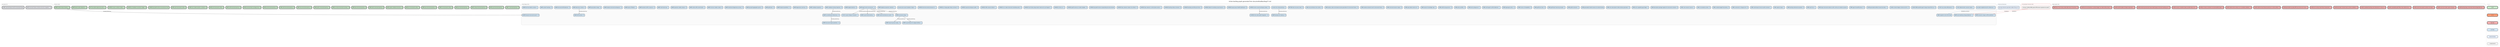
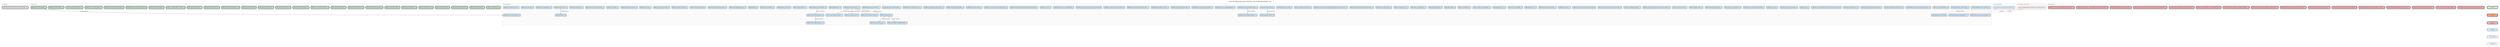
digraph backlog {
  rankdir=TB
  fontname="Helvetica"
  label="Active backlog graph generated from docs/method/backlog/*/*.md"
  labelloc=t
  fontsize=12
  node [shape=box style="rounded,filled" fontname="Helvetica" fontsize=8 margin="0.1,0.05" height=0.35]
  edge [color="#666666" arrowsize=0.5 fontname="Helvetica" fontsize=7]
  newrank=true
  ranksep=0.55
  nodesep=0.2

  subgraph cluster_up_next {
-     label="up-next (2)" labeljust=l fontsize=9 fontcolor="#555555"
+     label="up-next (1)" labeljust=l fontsize=9 fontcolor="#555555"
    style=rounded color="#cccccc" bgcolor="#fafafa"
    up_next_CORE_structural_history_schema_and_echo_migration [label="CORE-structural-history-schema-and-echo-migration - XL" fillcolor="#E5E7EB" penwidth=2]
-     up_next_CORE_unpinned_basis_kind_for_structural_history [label="CORE-unpinned-basis-kind-for-structural-history" fillcolor="#E5E7EB" penwidth=2]
  }

  subgraph cluster_v0_8_0 {
    label="v0.8.0 (26)" labeljust=l fontsize=9 fontcolor="#555555"
    style=rounded color="#cccccc" bgcolor="#fafafa"
    v0_8_0_CORE_c_structural_parsing [label="CORE-c-structural-parsing - M" fillcolor="#C8E6C9" penwidth=2]
    v0_8_0_CORE_cpp_structural_parsing [label="CORE-cpp-structural-parsing - L" fillcolor="#C8E6C9" penwidth=2]
    v0_8_0_CORE_csharp_structural_parsing [label="CORE-csharp-structural-parsing - M" fillcolor="#C8E6C9" penwidth=2]
    v0_8_0_CORE_go_structural_parsing [label="CORE-go-structural-parsing - S" fillcolor="#C8E6C9" penwidth=2]
    v0_8_0_CORE_hcl_structured_config [label="CORE-hcl-structured-config - M" fillcolor="#C8E6C9" penwidth=2]
    v0_8_0_CORE_java_structural_parsing [label="CORE-java-structural-parsing - M" fillcolor="#C8E6C9" penwidth=2]
    v0_8_0_CORE_json_structured_config [label="CORE-json-structured-config - S" fillcolor="#C8E6C9" penwidth=2]
    v0_8_0_CORE_jupyter_notebook_structure [label="CORE-jupyter-notebook-structure - M" fillcolor="#C8E6C9" penwidth=2]
    v0_8_0_CORE_kotlin_structural_parsing [label="CORE-kotlin-structural-parsing - M" fillcolor="#C8E6C9" penwidth=2]
    v0_8_0_CORE_php_structural_parsing [label="CORE-php-structural-parsing - M" fillcolor="#C8E6C9" penwidth=2]
    v0_8_0_CORE_pr_review_structural_summary [label="CORE-pr-review-structural-summary - M" fillcolor="#C8E6C9" penwidth=2]
    v0_8_0_CORE_python_structural_parsing [label="CORE-python-structural-parsing - S" fillcolor="#C8E6C9" penwidth=2]
    v0_8_0_CORE_ruby_structural_parsing [label="CORE-ruby-structural-parsing - M" fillcolor="#C8E6C9" penwidth=2]
    v0_8_0_CORE_shell_structural_parsing [label="CORE-shell-structural-parsing - M" fillcolor="#C8E6C9" penwidth=2]
    v0_8_0_CORE_sql_structural_parsing [label="CORE-sql-structural-parsing - M" fillcolor="#C8E6C9" penwidth=2]
    v0_8_0_CORE_structural_test_coverage_map [label="CORE-structural-test-coverage-map - M" fillcolor="#C8E6C9" penwidth=2]
    v0_8_0_CORE_swift_structural_parsing [label="CORE-swift-structural-parsing - M" fillcolor="#C8E6C9" penwidth=2]
    v0_8_0_CORE_toml_structured_config [label="CORE-toml-structured-config - S" fillcolor="#C8E6C9" penwidth=2]
    v0_8_0_CORE_tool_context_injection_contracts [label="CORE-tool-context-injection-contracts - M" fillcolor="#C8E6C9" penwidth=2]
    v0_8_0_CORE_yaml_structured_config [label="CORE-yaml-structured-config - M" fillcolor="#C8E6C9" penwidth=2]
    v0_8_0_SURFACE_git_graft_enhance_provenance_hints [label="SURFACE-git-graft-enhance-provenance-hints" fillcolor="#C8E6C9" penwidth=2]
    v0_8_0_SURFACE_pr_feedback_resolution_ledger [label="SURFACE-pr-feedback-resolution-ledger - M" fillcolor="#C8E6C9" penwidth=2]
    v0_8_0_SURFACE_review_cooldown_status [label="SURFACE-review-cooldown-status - S" fillcolor="#C8E6C9" penwidth=2]
    v0_8_0_TEST_bounded_subprocess_policy [label="TEST-bounded-subprocess-policy - S" fillcolor="#C8E6C9" penwidth=2]
    v0_8_0_WARP_dead_symbol_detection [label="WARP-dead-symbol-detection - S" fillcolor="#C8E6C9" penwidth=2]
    v0_8_0_WARP_symbol_history_timeline [label="WARP-symbol-history-timeline - S" fillcolor="#C8E6C9" penwidth=2]
  }

  subgraph cluster_bad_code {
    label="bad-code (16)" labeljust=l fontsize=9 fontcolor="#555555"
    style=rounded color="#cccccc" bgcolor="#fafafa"
    bad_code_CLEAN_backlog_dag_unresolved_internal_dependencies [label="CLEAN-backlog-dag-unresolved-internal-dependencies - S" fillcolor="#F6B3B3" penwidth=2]
    bad_code_CLEAN_canonical_codec_seams_diverge [label="CLEAN-canonical-codec-seams-diverge - M" fillcolor="#F6B3B3" penwidth=2]
    bad_code_CLEAN_code_show_parser_runtime_not_ready [label="CLEAN-code-show-parser-runtime-not-ready - S" fillcolor="#F6B3B3" penwidth=2]
    bad_code_CLEAN_coderabbit_path_filters_skip_method_docs [label="CLEAN-coderabbit-path-filters-skip-method-docs - S" fillcolor="#F6B3B3" penwidth=2]
    bad_code_CLEAN_completed_backlog_card_retirement_is_manual [label="CLEAN-completed-backlog-card-retirement-is-manual - M" fillcolor="#F6B3B3" penwidth=2]
    bad_code_CLEAN_descriptor_checker_lacks_schema_validation [label="CLEAN-descriptor-checker-lacks-schema-validation - M" fillcolor="#F6B3B3" penwidth=2]
    bad_code_CLEAN_echo_witness_test_fixture_duplication [label="CLEAN-echo-witness-test-fixture-duplication - S" fillcolor="#F6B3B3" penwidth=2]
    bad_code_CLEAN_generated_svg_dag_diff_noise_obscures_review [label="CLEAN-generated-svg-dag-diff-noise-obscures-review - S" fillcolor="#F6B3B3" penwidth=2]
    bad_code_CLEAN_method_close_timeout_produces_no_retro_artifact [label="CLEAN-method-close-timeout-produces-no-retro-artifact - M" fillcolor="#F6B3B3" penwidth=2]
    bad_code_CLEAN_method_retro_witness_can_overstate_validation [label="CLEAN-method-retro-witness-can-overstate-validation - M" fillcolor="#F6B3B3" penwidth=2]
    bad_code_CLEAN_pr_review_comments_not_actionability_typed [label="CLEAN-pr-review-comments-not-actionability-typed - M" fillcolor="#F6B3B3" penwidth=2]
    bad_code_CLEAN_receipt_cumulative_bytes_avoided_stays_zero [label="CLEAN-receipt-cumulative-bytes-avoided-stays-zero - S" fillcolor="#F6B3B3" penwidth=2]
    bad_code_CLEAN_remaining_structural_warp_reads_bypass_structural_reading_port [label="CLEAN-remaining-structural-warp-reads-bypass-structural-reading-port - M" fillcolor="#F6B3B3" penwidth=2]
    bad_code_CLEAN_sha256_stable_id_helper_duplication [label="CLEAN-sha256-stable-id-helper-duplication - S" fillcolor="#F6B3B3" penwidth=2]
    bad_code_CLEAN_technical_teardown_contract_ledger_can_stale_without_tests [label="CLEAN-technical-teardown-contract-ledger-can-stale-without-tests - M" fillcolor="#F6B3B3" penwidth=2]
    bad_code_WARP_bijou_local_history_stale_after_branch_transition [label="WARP-bijou-local-history-stale-after-branch-transition - M" fillcolor="#F6B3B3" penwidth=2]
  }

  subgraph cluster_cool_ideas {
    label="Cool Ideas (91)" labeljust=l fontsize=9 fontcolor="#555555"
    style=rounded color="#cccccc" bgcolor="#fafafa"
    cool_ideas_bounded_neighborhood_for_references [label="bounded-neighborhood-for-references - S" fillcolor="#D4E8F7" penwidth=1]
    cool_ideas_CI_001_causal_collapse_visualizer [label="CI-001-causal-collapse-visualizer - L" fillcolor="#D4E8F7" penwidth=1]
    cool_ideas_CI_002_deterministic_scenario_replay [label="CI-002-deterministic-scenario-replay - L" fillcolor="#D4E8F7" penwidth=1]
    cool_ideas_CI_003_mcp_native_diff_protocol [label="CI-003-mcp-native-diff-protocol - M" fillcolor="#D4E8F7" penwidth=1]
    cool_ideas_CLEAN_CODE_parallel_agent_merge_shared_file_loss [label="CLEAN-CODE-parallel-agent-merge-shared-file-loss - M" fillcolor="#D4E8F7" penwidth=1]
    cool_ideas_CLEAN_contract_ledger_schema_and_lint [label="CLEAN-contract-ledger-schema-and-lint - M" fillcolor="#D4E8F7" penwidth=1]
    cool_ideas_CLEAN_generated_artifact_review_boundary [label="CLEAN-generated-artifact-review-boundary - S" fillcolor="#D4E8F7" penwidth=1]
    cool_ideas_CORE_agent_handoff_protocol [label="CORE-agent-handoff-protocol - M" fillcolor="#D4E8F7" penwidth=1]
    cool_ideas_CORE_align_structural_evidence_with_continuum_evidence_posture [label="CORE-align-structural-evidence-with-continuum-evidence-posture" fillcolor="#D4E8F7" penwidth=1]
    cool_ideas_CORE_auto_focus [label="CORE-auto-focus - L" fillcolor="#D4E8F7" penwidth=1]
    cool_ideas_CORE_backlog_retirement_assistant [label="CORE-backlog-retirement-assistant - M" fillcolor="#D4E8F7" penwidth=1]
    cool_ideas_CORE_capture_range [label="CORE-capture-range - S" fillcolor="#D4E8F7" penwidth=1]
    cool_ideas_CORE_code_lawyer_local_pr_audit_command [label="CORE-code-lawyer-local-pr-audit-command - L" fillcolor="#D4E8F7" penwidth=1]
    cool_ideas_CORE_constructor_in_disguise_lint [label="CORE-constructor-in-disguise-lint - M" fillcolor="#D4E8F7" penwidth=1]
    cool_ideas_CORE_context_budget_forecasting [label="CORE-context-budget-forecasting - M" fillcolor="#D4E8F7" penwidth=1]
    cool_ideas_CORE_conversation_primer [label="CORE-conversation-primer - M" fillcolor="#D4E8F7" penwidth=1]
    cool_ideas_CORE_cross_session_resume [label="CORE-cross-session-resume - S" fillcolor="#D4E8F7" penwidth=1]
    cool_ideas_CORE_descriptor_package_registry_for_structural_contracts [label="CORE-descriptor-package-registry-for-structural-contracts - M" fillcolor="#D4E8F7" penwidth=1]
    cool_ideas_CORE_echo_capability_gap_ledger [label="CORE-echo-capability-gap-ledger - S" fillcolor="#D4E8F7" penwidth=1]
    cool_ideas_CORE_echo_descriptor_to_fake_witness_generator [label="CORE-echo-descriptor-to-fake-witness-generator - M" fillcolor="#D4E8F7" penwidth=1]
    cool_ideas_CORE_generated_model_reverse_id_content_binding [label="CORE-generated-model-reverse-id-content-binding" fillcolor="#D4E8F7" penwidth=1]
    cool_ideas_CORE_graft_as_teacher [label="CORE-graft-as-teacher - S" fillcolor="#D4E8F7" penwidth=1]
    cool_ideas_CORE_graft_teach_learning_receipts [label="CORE-graft-teach-learning-receipts - S" fillcolor="#D4E8F7" penwidth=1]
    cool_ideas_CORE_graft_tool_client [label="CORE-graft-tool-client - M" fillcolor="#D4E8F7" penwidth=1]
    cool_ideas_CORE_horizon_of_readability [label="CORE-horizon-of-readability - M" fillcolor="#D4E8F7" penwidth=1]
    cool_ideas_CORE_lagrangian_policy [label="CORE-lagrangian-policy - XL" fillcolor="#D4E8F7" penwidth=1]
    cool_ideas_CORE_migrate_to_slice_first_reads [label="CORE-migrate-to-slice-first-reads" fillcolor="#D4E8F7" penwidth=1]
    cool_ideas_CORE_multi_agent_conflict_detection [label="CORE-multi-agent-conflict-detection - L" fillcolor="#D4E8F7" penwidth=1]
    cool_ideas_CORE_policy_playground [label="CORE-policy-playground - S" fillcolor="#D4E8F7" penwidth=1]
    cool_ideas_CORE_policy_profiles [label="CORE-policy-profiles - M" fillcolor="#D4E8F7" penwidth=1]
    cool_ideas_CORE_self_tuning_governor [label="CORE-self-tuning-governor - M" fillcolor="#D4E8F7" penwidth=1]
    cool_ideas_CORE_session_knowledge_map [label="CORE-session-knowledge-map - S" fillcolor="#D4E8F7" penwidth=1]
    cool_ideas_CORE_speculative_read_cost [label="CORE-speculative-read-cost - S" fillcolor="#D4E8F7" penwidth=1]
    cool_ideas_CORE_structural_session_replay [label="CORE-structural-session-replay - M" fillcolor="#D4E8F7" penwidth=1]
    cool_ideas_CORE_weslaw_semantic_law_for_structural_history [label="CORE-weslaw-semantic-law-for-structural-history - M" fillcolor="#D4E8F7" penwidth=1]
    cool_ideas_CORE_wesley_codec_and_observer_plan_generation_for_structural_history [label="CORE-wesley-codec-and-observer-plan-generation-for-structural-history - M" fillcolor="#D4E8F7" penwidth=1]
    cool_ideas_CORE_wire_primitives_into_runtime [label="CORE-wire-primitives-into-runtime - M" fillcolor="#D4E8F7" penwidth=1]
    cool_ideas_METHOD_retro_recovery_mode [label="METHOD-retro-recovery-mode - M" fillcolor="#D4E8F7" penwidth=1]
    cool_ideas_monitor_tick_ceiling_tracking [label="monitor-tick-ceiling-tracking - S" fillcolor="#D4E8F7" penwidth=1]
    cool_ideas_SURFACE_active_causal_workspace_status [label="SURFACE-active-causal-workspace-status - M" fillcolor="#D4E8F7" penwidth=1]
    cool_ideas_SURFACE_asap_queue_health_dashboard [label="SURFACE-asap-queue-health-dashboard - M" fillcolor="#D4E8F7" penwidth=1]
    cool_ideas_SURFACE_attach_to_existing_causal_session [label="SURFACE-attach-to-existing-causal-session - M" fillcolor="#D4E8F7" penwidth=1]
    cool_ideas_SURFACE_backlog_card_lifecycle_linter [label="SURFACE-backlog-card-lifecycle-linter - M" fillcolor="#D4E8F7" penwidth=1]
    cool_ideas_SURFACE_backlog_sitrep_command [label="SURFACE-backlog-sitrep-command - M" fillcolor="#D4E8F7" penwidth=1]
    cool_ideas_SURFACE_bijou_daemon_control_plane_actions [label="SURFACE-bijou-daemon-control-plane-actions - L" fillcolor="#D4E8F7" penwidth=1]
    cool_ideas_SURFACE_bijou_daemon_status_live_refresh [label="SURFACE-bijou-daemon-status-live-refresh - M" fillcolor="#D4E8F7" penwidth=1]
    cool_ideas_SURFACE_git_graft_enhance_expanded_git_subcommands [label="SURFACE-git-graft-enhance-expanded-git-subcommands" fillcolor="#D4E8F7" penwidth=1]
    cool_ideas_SURFACE_graft_review_pr_number_adapter [label="SURFACE-graft-review-pr-number-adapter - M" fillcolor="#D4E8F7" penwidth=1]
    cool_ideas_SURFACE_ide_native_graft_integration [label="SURFACE-ide-native-graft-integration - XL" fillcolor="#D4E8F7" penwidth=1]
    cool_ideas_SURFACE_init_dry_run [label="SURFACE-init-dry-run - S" fillcolor="#D4E8F7" penwidth=1]
    cool_ideas_SURFACE_local_history_dag_render_mode_and_count_legend [label="SURFACE-local-history-dag-render-mode-and-count-legend - S" fillcolor="#D4E8F7" penwidth=1]
    cool_ideas_SURFACE_non_codex_instruction_bootstrap_parity [label="SURFACE-non-codex-instruction-bootstrap-parity - M" fillcolor="#D4E8F7" penwidth=1]
    cool_ideas_SURFACE_offer_rename_refactor [label="SURFACE-offer-rename-refactor - L" fillcolor="#D4E8F7" penwidth=1]
    cool_ideas_SURFACE_opened_workspace_paths [label="SURFACE-opened-workspace-paths - M" fillcolor="#D4E8F7" penwidth=1]
    cool_ideas_SURFACE_pr_merge_gate_sitrep_command [label="SURFACE-pr-merge-gate-sitrep-command - M" fillcolor="#D4E8F7" penwidth=1]
    cool_ideas_SURFACE_terminal_activity_browser_tui [label="SURFACE-terminal-activity-browser-tui - L" fillcolor="#D4E8F7" penwidth=1]
    cool_ideas_traverse_plus_query_hydration_helper [label="traverse-plus-query-hydration-helper - S" fillcolor="#D4E8F7" penwidth=1]
    cool_ideas_WARP_adaptive_projection_selection [label="WARP-adaptive-projection-selection - L" fillcolor="#D4E8F7" penwidth=1]
    cool_ideas_WARP_agent_action_provenance [label="WARP-agent-action-provenance - XL" fillcolor="#D4E8F7" penwidth=1]
    cool_ideas_WARP_auto_breaking_change_detection [label="WARP-auto-breaking-change-detection - L" fillcolor="#D4E8F7" penwidth=1]
    cool_ideas_WARP_background_indexing [label="WARP-background-indexing - M" fillcolor="#D4E8F7" penwidth=1]
    cool_ideas_WARP_budget_elasticity [label="WARP-budget-elasticity - M" fillcolor="#D4E8F7" penwidth=1]
    cool_ideas_WARP_causal_blame_for_staged_artifacts [label="WARP-causal-blame-for-staged-artifacts - L" fillcolor="#D4E8F7" penwidth=1]
    cool_ideas_WARP_causal_write_tracking [label="WARP-causal-write-tracking - L" fillcolor="#D4E8F7" penwidth=1]
    cool_ideas_WARP_codebase_entropy_trajectory [label="WARP-codebase-entropy-trajectory - M" fillcolor="#D4E8F7" penwidth=1]
    cool_ideas_WARP_codebase_signature [label="WARP-codebase-signature - L" fillcolor="#D4E8F7" penwidth=1]
    cool_ideas_WARP_counterfactual_refactoring [label="WARP-counterfactual-refactoring - XL" fillcolor="#D4E8F7" penwidth=1]
    cool_ideas_WARP_degeneracy_warning [label="WARP-degeneracy-warning - M" fillcolor="#D4E8F7" penwidth=1]
    cool_ideas_WARP_drift_sentinel [label="WARP-drift-sentinel - M" fillcolor="#D4E8F7" penwidth=1]
    cool_ideas_WARP_footprint_parallelism [label="WARP-footprint-parallelism - XL" fillcolor="#D4E8F7" penwidth=1]
    cool_ideas_WARP_graft_pack [label="WARP-graft-pack - M" fillcolor="#D4E8F7" penwidth=1]
    cool_ideas_WARP_grouped_aggregate_queries [label="WARP-grouped-aggregate-queries - M" fillcolor="#D4E8F7" penwidth=1]
    cool_ideas_WARP_intent_and_decision_events [label="WARP-intent-and-decision-events - M" fillcolor="#D4E8F7" penwidth=1]
    cool_ideas_WARP_intentional_degeneracy_privacy [label="WARP-intentional-degeneracy-privacy - M" fillcolor="#D4E8F7" penwidth=1]
    cool_ideas_WARP_minimum_viable_context [label="WARP-minimum-viable-context - M" fillcolor="#D4E8F7" penwidth=1]
    cool_ideas_WARP_outline_diff_commit_trailer [label="WARP-outline-diff-commit-trailer - S" fillcolor="#D4E8F7" penwidth=1]
    cool_ideas_WARP_projection_safety_classes [label="WARP-projection-safety-classes - M" fillcolor="#D4E8F7" penwidth=1]
    cool_ideas_WARP_provenance_dag [label="WARP-provenance-dag - L" fillcolor="#D4E8F7" penwidth=1]
    cool_ideas_WARP_reasoning_trace_replay [label="WARP-reasoning-trace-replay - M" fillcolor="#D4E8F7" penwidth=1]
    cool_ideas_WARP_rulial_heat_map [label="WARP-rulial-heat-map - L" fillcolor="#D4E8F7" penwidth=1]
    cool_ideas_WARP_semantic_drift_in_sessions [label="WARP-semantic-drift-in-sessions - M" fillcolor="#D4E8F7" penwidth=1]
    cool_ideas_WARP_semantic_merge_conflict_prediction [label="WARP-semantic-merge-conflict-prediction - L" fillcolor="#D4E8F7" penwidth=1]
    cool_ideas_WARP_session_filtration [label="WARP-session-filtration - L" fillcolor="#D4E8F7" penwidth=1]
    cool_ideas_WARP_shadow_structural_workspaces [label="WARP-shadow-structural-workspaces - XL" fillcolor="#D4E8F7" penwidth=1]
    cool_ideas_WARP_speculative_merge [label="WARP-speculative-merge - XL" fillcolor="#D4E8F7" penwidth=1]
    cool_ideas_WARP_stale_docs_checker [label="WARP-stale-docs-checker - M" fillcolor="#D4E8F7" penwidth=1]
    cool_ideas_WARP_structural_drift_detection [label="WARP-structural-drift-detection - M" fillcolor="#D4E8F7" penwidth=1]
    cool_ideas_WARP_structural_impact_prediction [label="WARP-structural-impact-prediction - XL" fillcolor="#D4E8F7" penwidth=1]
    cool_ideas_WARP_symbol_heatmap [label="WARP-symbol-heatmap - M" fillcolor="#D4E8F7" penwidth=1]
    cool_ideas_WARP_technical_debt_curvature [label="WARP-technical-debt-curvature - L" fillcolor="#D4E8F7" penwidth=1]
    cool_ideas_WARP_temporal_structural_search [label="WARP-temporal-structural-search - M" fillcolor="#D4E8F7" penwidth=1]
  }

  subgraph cluster_external {
    label="External blockers" labeljust=l fontsize=9 fontcolor="#555555"
    style=rounded color="#cccccc" bgcolor="#f8fbff"
    external_git_warp_observer_geometry_ladder__Rung_2_4_ [label="git-warp observer geometry ladder (Rung 2-4)" fillcolor="#E8F2FF" penwidth=1]
  }

  subgraph cluster_unresolved {
    label="Unresolved internal refs" labeljust=l fontsize=9 fontcolor="#555555"
    style="rounded,dashed" color="#cc3333" bgcolor="#fff7f7"
    unresolved_CLEAN_CODE_export_diff_semver_signature_as_patch [label="missing: CLEAN_CODE_export-diff-semver-signature-as-patch" fillcolor="#F2F2F2" penwidth=1 style="rounded,dashed,filled"]
  }

  cool_ideas_monitor_tick_ceiling_tracking -> cool_ideas_WARP_background_indexing [label="blocked_by/blocking"]
  cool_ideas_SURFACE_active_causal_workspace_status -> cool_ideas_SURFACE_ide_native_graft_integration [label="blocked_by/blocking"]
  cool_ideas_WARP_agent_action_provenance -> cool_ideas_CI_001_causal_collapse_visualizer [label="blocked_by/blocking"]
  cool_ideas_WARP_agent_action_provenance -> cool_ideas_WARP_causal_write_tracking [label="blocked_by/blocking"]
  cool_ideas_WARP_agent_action_provenance -> cool_ideas_WARP_intent_and_decision_events [label="blocked_by/blocking"]
  cool_ideas_WARP_agent_action_provenance -> cool_ideas_WARP_provenance_dag [label="blocked_by/blocking"]
  cool_ideas_WARP_codebase_entropy_trajectory -> cool_ideas_WARP_counterfactual_refactoring [label="blocked_by/blocking"]
  cool_ideas_WARP_counterfactual_refactoring -> cool_ideas_WARP_structural_impact_prediction [label="blocked_by/blocking"]
  cool_ideas_WARP_provenance_dag -> cool_ideas_WARP_causal_blame_for_staged_artifacts [label="blocked_by/blocking"]
  cool_ideas_WARP_provenance_dag -> cool_ideas_WARP_reasoning_trace_replay [label="blocked_by/blocking"]
  cool_ideas_WARP_stale_docs_checker -> cool_ideas_WARP_drift_sentinel [label="blocked_by/blocking"]
  external_git_warp_observer_geometry_ladder__Rung_2_4_ -> cool_ideas_CORE_migrate_to_slice_first_reads [label="blocked_by_external" style=dashed color="#4477AA"]
  unresolved_CLEAN_CODE_export_diff_semver_signature_as_patch -> cool_ideas_WARP_auto_breaking_change_detection [label="blocked_by" style=dashed color="#CC3333"]
  unresolved_CLEAN_CODE_export_diff_semver_signature_as_patch -> cool_ideas_WARP_semantic_merge_conflict_prediction [label="blocked_by" style=dashed color="#CC3333"]
  v0_8_0_WARP_symbol_history_timeline -> cool_ideas_WARP_temporal_structural_search [label="blocked_by/blocking"]

  subgraph cluster_legend {
    label="Legend" labeljust=l fontsize=8 fontcolor="#aaaaaa"
    style=rounded color="#dddddd"
    node [fontsize=7 width=1.4]
    leg_v08 [label="v0.8.0" fillcolor="#C8E6C9" penwidth=2]
    leg_v07 [label="v0.7.0" fillcolor="#FFA07A" penwidth=2]
    leg_bad [label="bad-code" fillcolor="#F6B3B3" penwidth=2]
    leg_idea [label="cool-ideas" fillcolor="#D4E8F7" penwidth=1]
    leg_external [label="external blocker" fillcolor="#E8F2FF" penwidth=1]
    leg_unresolved [label="unresolved ref" fillcolor="#F2F2F2" penwidth=1 style="rounded,dashed,filled"]
    leg_v08 -> leg_v07 [style=invis]
    leg_v07 -> leg_bad [style=invis]
    leg_bad -> leg_idea [style=invis]
    leg_idea -> leg_external [style=invis]
    leg_external -> leg_unresolved [style=invis]
  }
}
